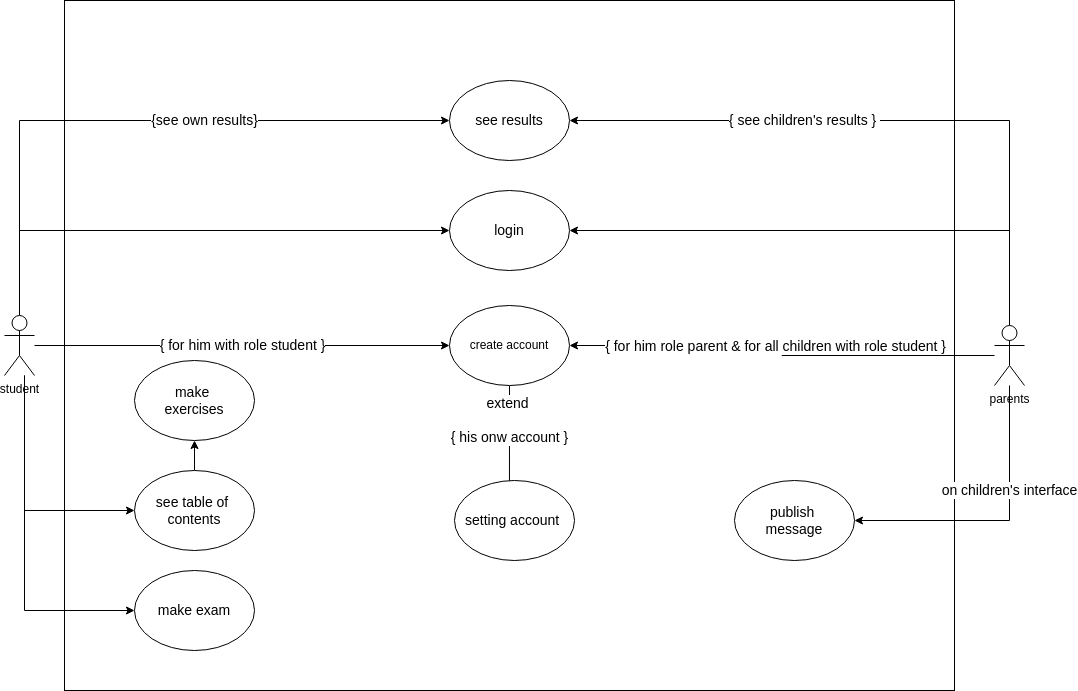
The draw.io diagram use case.drawio.png in aerobi93/educ, before a commit. Source tidied: cells renumbered, new cells last; positions are measured from the earlier drawing's top-left corner, leaving out a move shared by most shapes.
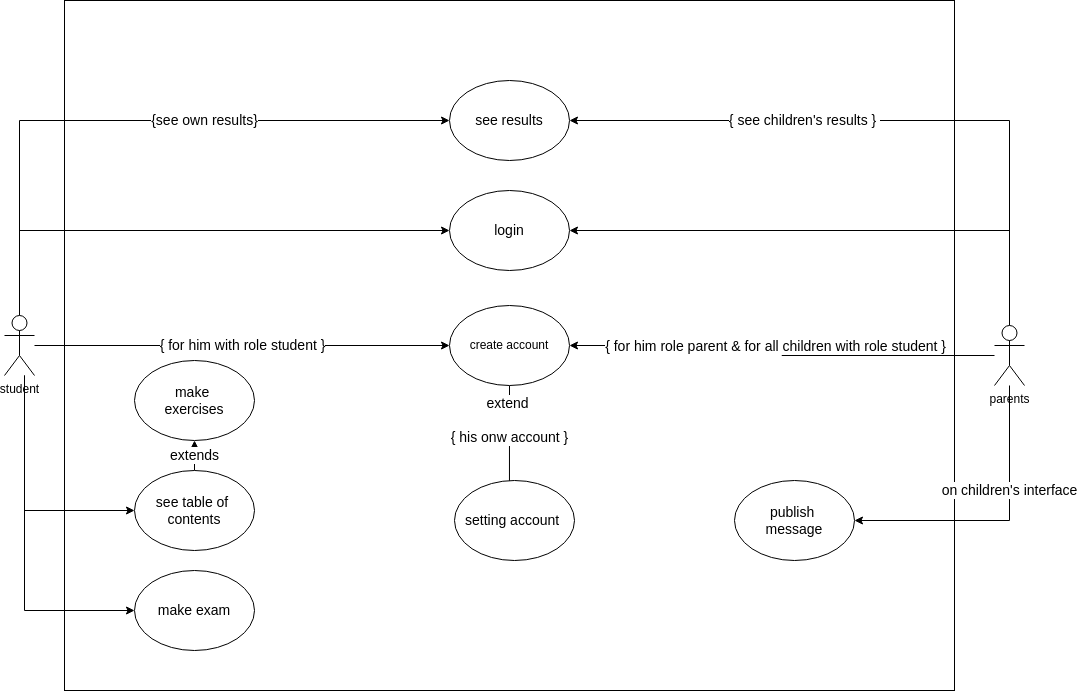
The same file after the commit.

Change to the diagram source:
```diff
@@ -81,7 +81,7 @@
     <mxCell id="18" value="see results" style="ellipse;whiteSpace=wrap;html=1;fontSize=14;" parent="1" vertex="1">
       <mxGeometry x="445" y="80" width="120" height="80" as="geometry" />
     </mxCell>
-    <mxCell id="19" style="edgeStyle=orthogonalEdgeStyle;rounded=0;jettySize=auto;html=1;fontSize=14;" parent="1" edge="1" source="20" target="21">
+    <mxCell id="19" value="extends" style="edgeStyle=orthogonalEdgeStyle;rounded=0;jettySize=auto;html=1;fontSize=14;" parent="1" edge="1" source="20" target="21">
       <mxGeometry relative="1" as="geometry" />
     </mxCell>
     <mxCell id="20" value="see table of&amp;nbsp;&lt;br&gt;contents" style="ellipse;whiteSpace=wrap;html=1;fontSize=14;" parent="1" vertex="1">
```
